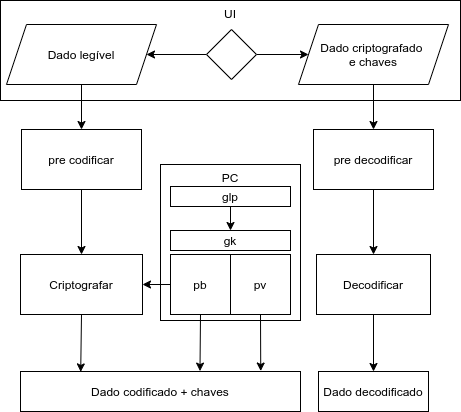
Earlier version of the draw.io export flowchart/flowchart.png (mateusnssp/cryptinpyc). Source tidied: cells renumbered, new cells last; positions are measured from the earlier drawing's top-left corner, leaving out a move shared by most shapes.
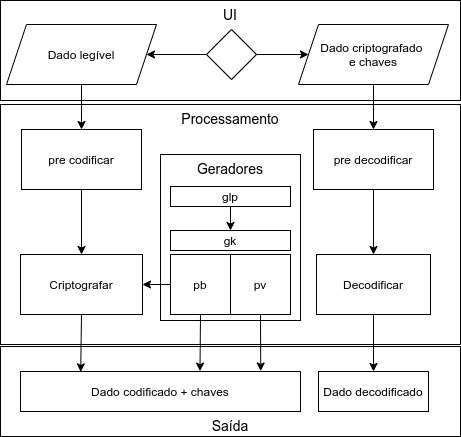
The same file after the commit.

Commit message:
flowchart corrigido

Diff of the diagram source:
```diff
@@ -2,8 +2,11 @@
   <root>
     <mxCell id="0" />
     <mxCell id="1" parent="0" />
+    <mxCell id="29" value="&lt;font face=&quot;Helvetica&quot; style=&quot;font-size: 14px;&quot;&gt;Processamento&lt;br style=&quot;font-size: 14px;&quot;&gt;&lt;/font&gt;" style="rounded=0;whiteSpace=wrap;html=1;fillColor=none;fontFamily=Comic Sans MS;verticalAlign=top;fontSize=14;" parent="1" vertex="1">
+      <mxGeometry y="104" width="460" height="240" as="geometry" />
+    </mxCell>
-    <mxCell id="2" value="PC" style="rounded=0;whiteSpace=wrap;html=1;verticalAlign=top;" parent="1" vertex="1">
-      <mxGeometry x="160" y="164" width="140" height="156" as="geometry" />
+    <mxCell id="2" value="Geradores" style="rounded=0;whiteSpace=wrap;html=1;verticalAlign=top;fontSize=14;" parent="1" vertex="1">
+      <mxGeometry x="160" y="154" width="140" height="166" as="geometry" />
     </mxCell>
     <mxCell id="3" value="gk" style="rounded=0;whiteSpace=wrap;html=1;" parent="1" vertex="1">
       <mxGeometry x="170" y="230" width="120" height="20" as="geometry" />
@@ -17,7 +20,7 @@
     <mxCell id="6" value="pv" style="rounded=0;whiteSpace=wrap;html=1;" parent="1" vertex="1">
       <mxGeometry x="230" y="254" width="60" height="60" as="geometry" />
     </mxCell>
-    <mxCell id="7" value="UI" style="rounded=0;whiteSpace=wrap;html=1;verticalAlign=top;" parent="1" vertex="1">
+    <mxCell id="7" value="UI" style="rounded=0;whiteSpace=wrap;html=1;verticalAlign=top;fontSize=14;" parent="1" vertex="1">
       <mxGeometry width="460" height="100" as="geometry" />
     </mxCell>
     <mxCell id="8" style="edgeStyle=orthogonalEdgeStyle;rounded=0;jettySize=auto;html=1;" parent="1" edge="1" source="9" target="10">
@@ -83,5 +86,8 @@
     <mxCell id="28" style="endArrow=classic;html=1;fontFamily=Comic Sans MS;exitX=0.5;exitY=1;exitDx=0;exitDy=0;entryX=0.858;entryY=-0.012;entryDx=0;entryDy=0;entryPerimeter=0;" parent="1" edge="1" source="6" target="23">
       <mxGeometry relative="1" as="geometry" />
     </mxCell>
+    <mxCell id="30" value="&lt;font face=&quot;Helvetica&quot;&gt;Saída&lt;/font&gt;" style="rounded=0;whiteSpace=wrap;html=1;fillColor=none;fontFamily=Comic Sans MS;fontSize=14;verticalAlign=bottom;" parent="1" vertex="1">
+      <mxGeometry y="346" width="460" height="90" as="geometry" />
+    </mxCell>
   </root>
 </mxGraphModel>
```
